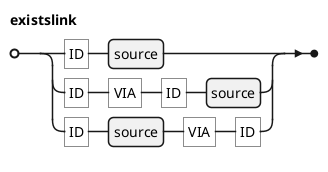
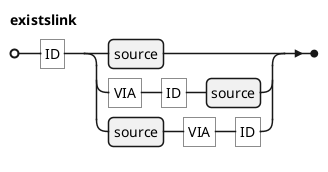
@startebnf
' border and background
skinparam legendBorderColor transparent
skinparam legendBackgroundColor white

'title existslink

- existslink = "ID", source
-   | "ID", "VIA", "ID", source
-   | "ID", source, "VIA", "ID"
+ existslink = "ID", (source
+   | "VIA", "ID", source
+   | source, "VIA", "ID")
;

@endebnf
